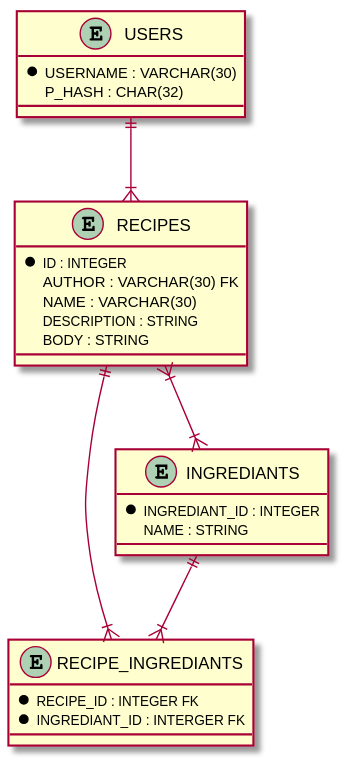
Before: documentation/out/databaseERD/databaseERD.svg, a diagram exported from PlantUML (patelnisarg/trycooking.io).
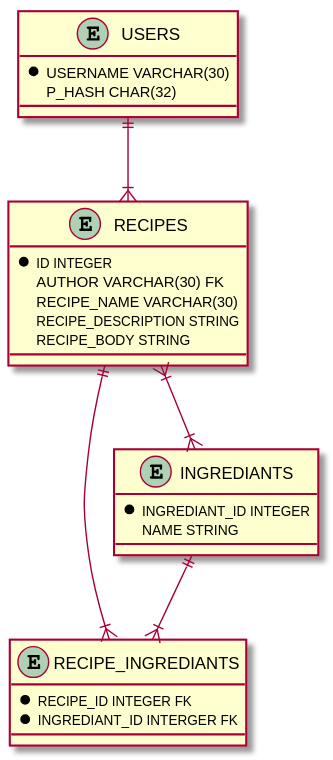
Later version of the same file.

Commit message:
Database Initialization Created

Change to the diagram source:
```diff
@@ -1,26 +1,26 @@
 @startuml
 
 entity USERS {
-    * USERNAME : VARCHAR(30)
-    P_HASH : CHAR(32)
+    * USERNAME VARCHAR(30)
+    P_HASH CHAR(32)
 }
 
 entity RECIPES{
-    * ID : INTEGER
-    AUTHOR : VARCHAR(30) FK
-    NAME : VARCHAR(30)
-    DESCRIPTION : STRING
-    BODY : STRING
+    * ID INTEGER
+    AUTHOR VARCHAR(30) FK
+    RECIPE_NAME VARCHAR(30)
+    RECIPE_DESCRIPTION STRING
+    RECIPE_BODY STRING
 }
 
 entity RECIPE_INGREDIANTS{
- * RECIPE_ID : INTEGER FK
- * INGREDIANT_ID : INTERGER FK
+ * RECIPE_ID INTEGER FK
+ * INGREDIANT_ID INTERGER FK
 }
 
 entity INGREDIANTS{
-    * INGREDIANT_ID : INTEGER
-    NAME : STRING
+    * INGREDIANT_ID INTEGER
+    NAME STRING
 }
 
 USERS ||--|{ RECIPES
```
